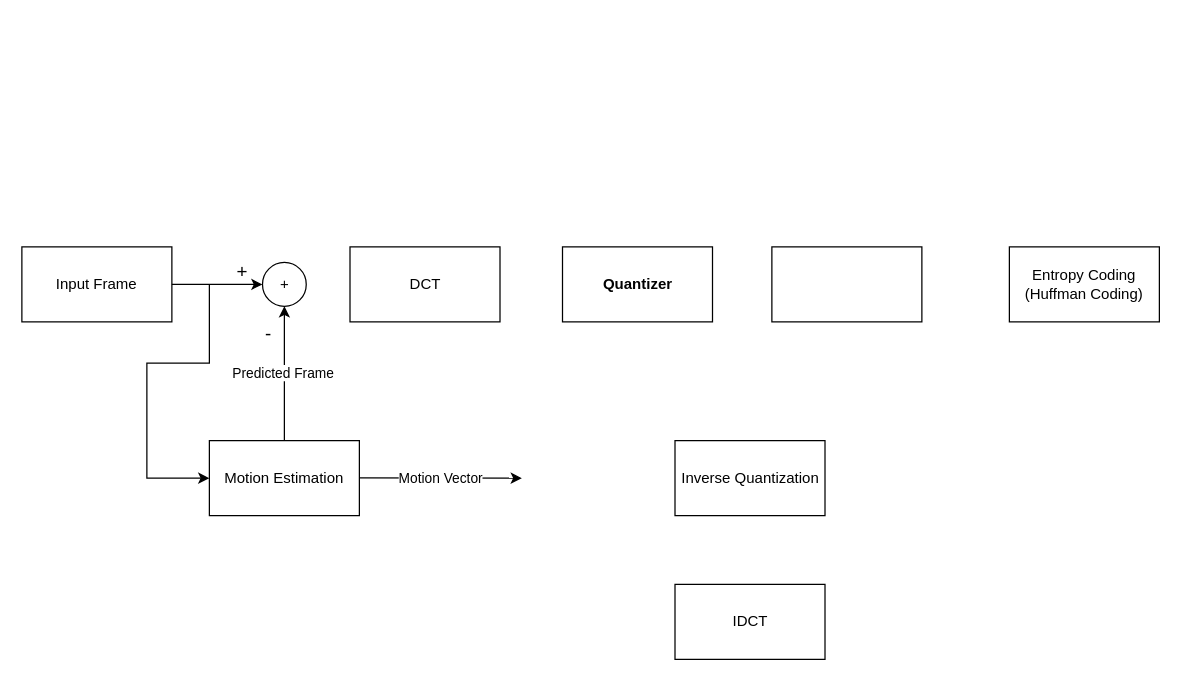
Amin-Maky/Simple-Videocoding-in-Matlab keeps this draw.io diagram as blockDesin.drawio. Above is the earlier version. Source tidied: cells renumbered, new cells numbered last; positions are measured from the earlier drawing's top-left corner, leaving out a move shared by most shapes. Both pictures are drawn from the tidied source at 125%, with x=0, y=0 at pixel (21, 246).
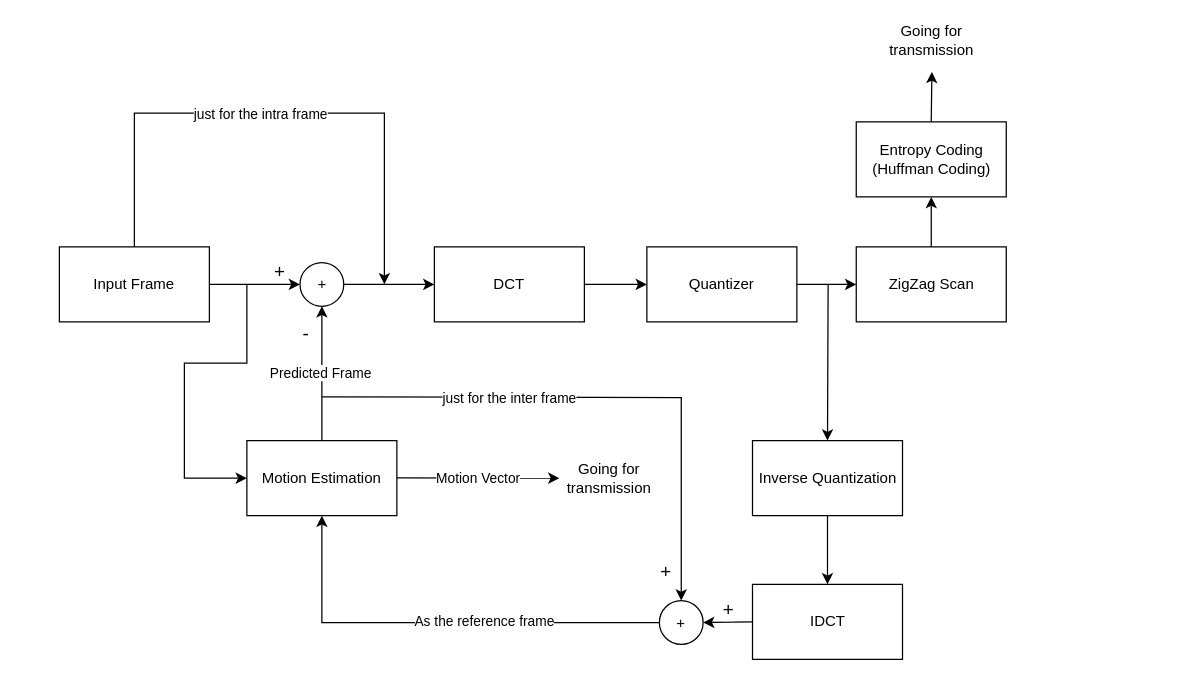
The same page after the edit.

Change to the diagram source:
```diff
@@
     <mxCell id="2" value="+" style="ellipse;whiteSpace=wrap;html=1;" parent="1" vertex="1">
-      <mxGeometry x="192.5" y="12.5" width="35" height="35" as="geometry" />
+      <mxGeometry x="222.5" y="12.5" width="35" height="35" as="geometry" />
     </mxCell>
     <mxCell id="3" value="Motion Estimation" style="whiteSpace=wrap;html=1;" parent="1" vertex="1">
-      <mxGeometry x="150" y="155" width="120" height="60" as="geometry" />
+      <mxGeometry x="180" y="155" width="120" height="60" as="geometry" />
     </mxCell>
     <mxCell id="4" value="DCT" style="whiteSpace=wrap;html=1;" parent="1" vertex="1">
-      <mxGeometry x="262.5" width="120" height="60" as="geometry" />
+      <mxGeometry x="330" width="120" height="60" as="geometry" />
     </mxCell>
     <mxCell id="5" value="Input Frame" style="whiteSpace=wrap;html=1;" parent="1" vertex="1">
-      <mxGeometry width="120" height="60" as="geometry" />
+      <mxGeometry x="30" width="120" height="60" as="geometry" />
     </mxCell>
-    <mxCell id="6" value="&lt;strong&gt;Quantizer&lt;/strong&gt;" style="whiteSpace=wrap;html=1;" parent="1" vertex="1">
-      <mxGeometry x="432.5" width="120" height="60" as="geometry" />
+    <mxCell id="6" value="Quantizer" style="whiteSpace=wrap;html=1;" parent="1" vertex="1">
+      <mxGeometry x="500" width="120" height="60" as="geometry" />
     </mxCell>
     <mxCell id="7" value="Entropy Coding&lt;div&gt;(Huffman Coding)&lt;/div&gt;" style="whiteSpace=wrap;html=1;" parent="1" vertex="1">
-      <mxGeometry x="790" width="120" height="60" as="geometry" />
+      <mxGeometry x="667.5" y="-100" width="120" height="60" as="geometry" />
     </mxCell>
     <mxCell id="8" value="Inverse Quantization" style="whiteSpace=wrap;html=1;" parent="1" vertex="1">
-      <mxGeometry x="522.5" y="155" width="120" height="60" as="geometry" />
+      <mxGeometry x="584.5" y="155" width="120" height="60" as="geometry" />
     </mxCell>
     <mxCell id="9" value="IDCT" style="whiteSpace=wrap;html=1;" parent="1" vertex="1">
-      <mxGeometry x="522.5" y="270" width="120" height="60" as="geometry" />
+      <mxGeometry x="584.5" y="270" width="120" height="60" as="geometry" />
     </mxCell>
@@
     <mxCell id="15" style="endArrow=classic;html=1;rounded=0;entryX=0;entryY=0.5;entryDx=0;entryDy=0;edgeStyle=orthogonalEdgeStyle;" parent="1" edge="1" target="3">
       <mxGeometry relative="1" as="geometry">
-        <mxPoint x="150" y="30" as="sourcePoint" />
+        <mxPoint x="180" y="30" as="sourcePoint" />
         <Array as="points">
-          <mxPoint x="150" y="93" />
-          <mxPoint x="100" y="93" />
-          <mxPoint x="100" y="185" />
+          <mxPoint x="180" y="93" />
+          <mxPoint x="130" y="93" />
+          <mxPoint x="130" y="185" />
         </Array>
       </mxGeometry>
     </mxCell>
     <mxCell id="16" style="endArrow=classic;html=1;rounded=0;" parent="1" edge="1">
       <mxGeometry relative="1" as="geometry">
-        <mxPoint x="270" y="184.8" as="sourcePoint" />
-        <mxPoint x="400" y="185" as="targetPoint" />
+        <mxPoint x="300" y="184.8" as="sourcePoint" />
+        <mxPoint x="430" y="185" as="targetPoint" />
       </mxGeometry>
     </mxCell>
@@
-    <mxCell id="18" style="rounded=0;whiteSpace=wrap;html=1;" parent="1" vertex="1">
-      <mxGeometry x="600" width="120" height="60" as="geometry" />
+    <mxCell id="18" value="ZigZag Scan" style="rounded=0;whiteSpace=wrap;html=1;" parent="1" vertex="1">
+      <mxGeometry x="667.5" width="120" height="60" as="geometry" />
     </mxCell>
+    <mxCell id="19" style="endArrow=classic;html=1;rounded=0;edgeStyle=orthogonalEdgeStyle;exitX=0.5;exitY=0;exitDx=0;exitDy=0;" parent="1" edge="1" source="5">
+      <mxGeometry relative="1" as="geometry">
+        <mxPoint x="290" y="30" as="targetPoint" />
+        <Array as="points">
+          <mxPoint x="90" y="-107" />
+          <mxPoint x="290" y="-107" />
+        </Array>
+      </mxGeometry>
+    </mxCell>
+    <mxCell id="20" value="&lt;div&gt;just for the intra&lt;span style=&quot;background-color: light-dark(#ffffff, var(--ge-dark-color, #121212)); color: light-dark(rgb(0, 0, 0), rgb(255, 255, 255));&quot;&gt;&amp;nbsp;frame&lt;/span&gt;&lt;/div&gt;" style="edgeLabel;html=1;align=center;verticalAlign=middle;" parent="19" vertex="1">
+      <mxGeometry relative="1" as="geometry">
+        <mxPoint x="-15" as="offset" />
+      </mxGeometry>
+    </mxCell>
+    <mxCell id="21" style="endArrow=classic;html=1;rounded=0;exitX=1;exitY=0.5;exitDx=0;exitDy=0;entryX=0;entryY=0.5;entryDx=0;entryDy=0;" parent="1" edge="1" source="2" target="4">
+      <mxGeometry relative="1" as="geometry" />
+    </mxCell>
+    <mxCell id="22" value="+" style="ellipse;whiteSpace=wrap;html=1;" parent="1" vertex="1">
+      <mxGeometry x="510" y="283" width="35" height="35" as="geometry" />
+    </mxCell>
+    <mxCell id="23" style="endArrow=classic;html=1;rounded=0;exitX=0;exitY=0.5;exitDx=0;exitDy=0;entryX=1;entryY=0.5;entryDx=0;entryDy=0;" parent="1" edge="1" source="9" target="22">
+      <mxGeometry relative="1" as="geometry" />
+    </mxCell>
+    <mxCell id="24" value="&lt;font style=&quot;font-size: 15px;&quot;&gt;+&lt;/font&gt;" style="edgeLabel;html=1;align=right;verticalAlign=bottom;" parent="23" vertex="1">
+      <mxGeometry x="1" relative="1" as="geometry">
+        <mxPoint x="25" as="offset" />
+      </mxGeometry>
+    </mxCell>
+    <mxCell id="25" style="endArrow=classic;html=1;rounded=0;edgeStyle=orthogonalEdgeStyle;entryX=0.5;entryY=0;entryDx=0;entryDy=0;" parent="1" edge="1" target="22">
+      <mxGeometry relative="1" as="geometry">
+        <mxPoint x="240" y="120" as="sourcePoint" />
+      </mxGeometry>
+    </mxCell>
+    <mxCell id="26" value="just for the inter&amp;nbsp;&lt;span style=&quot;color: light-dark(rgb(0, 0, 0), rgb(255, 255, 255)); background-color: light-dark(#ffffff, var(--ge-dark-color, #121212));&quot;&gt;frame&lt;/span&gt;" style="edgeLabel;html=1;align=center;verticalAlign=middle;" parent="25" vertex="1">
+      <mxGeometry relative="1" as="geometry">
+        <mxPoint x="-75" as="offset" />
+      </mxGeometry>
+    </mxCell>
+    <mxCell id="27" value="Going for transmission" style="text;html=1;whiteSpace=wrap;strokeColor=none;fillColor=none;align=center;verticalAlign=middle;rounded=0;" parent="1" vertex="1">
+      <mxGeometry x="440" y="170" width="60" height="30" as="geometry" />
+    </mxCell>
+    <mxCell id="28" value="&lt;font style=&quot;font-size: 15px;&quot;&gt;+&lt;/font&gt;" style="edgeLabel;html=1;align=right;verticalAlign=bottom;" parent="1" vertex="1">
+      <mxGeometry x="520" y="270" as="geometry" />
+    </mxCell>
+    <mxCell id="29" style="endArrow=classic;html=1;rounded=0;entryX=0.5;entryY=1;entryDx=0;entryDy=0;exitX=0;exitY=0.5;exitDx=0;exitDy=0;edgeStyle=orthogonalEdgeStyle;" parent="1" edge="1" source="22" target="3">
+      <mxGeometry relative="1" as="geometry" />
+    </mxCell>
+    <mxCell id="30" value="As the reference frame" style="edgeLabel;html=1;align=center;verticalAlign=middle;" parent="29" vertex="1">
+      <mxGeometry relative="1" as="geometry">
+        <mxPoint x="37" y="-1" as="offset" />
+      </mxGeometry>
+    </mxCell>
+    <mxCell id="31" style="endArrow=classic;html=1;rounded=0;entryX=0;entryY=0.5;entryDx=0;entryDy=0;exitX=1;exitY=0.5;exitDx=0;exitDy=0;" parent="1" edge="1" source="6" target="18">
+      <mxGeometry relative="1" as="geometry" />
+    </mxCell>
+    <mxCell id="32" style="endArrow=classic;html=1;rounded=0;exitX=1;exitY=0.5;exitDx=0;exitDy=0;entryX=0;entryY=0.5;entryDx=0;entryDy=0;" parent="1" edge="1" source="4" target="6">
+      <mxGeometry relative="1" as="geometry" />
+    </mxCell>
+    <mxCell id="33" style="endArrow=classic;html=1;rounded=0;entryX=0.5;entryY=0;entryDx=0;entryDy=0;" parent="1" edge="1" target="8">
+      <mxGeometry relative="1" as="geometry">
+        <mxPoint x="645" y="30" as="sourcePoint" />
+      </mxGeometry>
+    </mxCell>
+    <mxCell id="34" style="endArrow=classic;html=1;rounded=0;entryX=0.5;entryY=0;entryDx=0;entryDy=0;exitX=0.5;exitY=1;exitDx=0;exitDy=0;" parent="1" edge="1" source="8" target="9">
+      <mxGeometry relative="1" as="geometry" />
+    </mxCell>
+    <mxCell id="35" style="endArrow=classic;html=1;rounded=0;entryX=0.5;entryY=1;entryDx=0;entryDy=0;exitX=0.5;exitY=0;exitDx=0;exitDy=0;" parent="1" edge="1" source="18" target="7">
+      <mxGeometry relative="1" as="geometry" />
+    </mxCell>
+    <mxCell id="36" style="endArrow=classic;html=1;rounded=0;exitX=0.5;exitY=0;exitDx=0;exitDy=0;" parent="1" edge="1" source="7">
+      <mxGeometry relative="1" as="geometry">
+        <mxPoint x="728" y="-140" as="targetPoint" />
+      </mxGeometry>
+    </mxCell>
+    <mxCell id="37" value="Going for transmission" style="text;html=1;whiteSpace=wrap;strokeColor=none;fillColor=none;align=center;verticalAlign=middle;rounded=0;" parent="1" vertex="1">
+      <mxGeometry x="702.5" y="-180" width="50" height="30" as="geometry" />
+    </mxCell>
```
